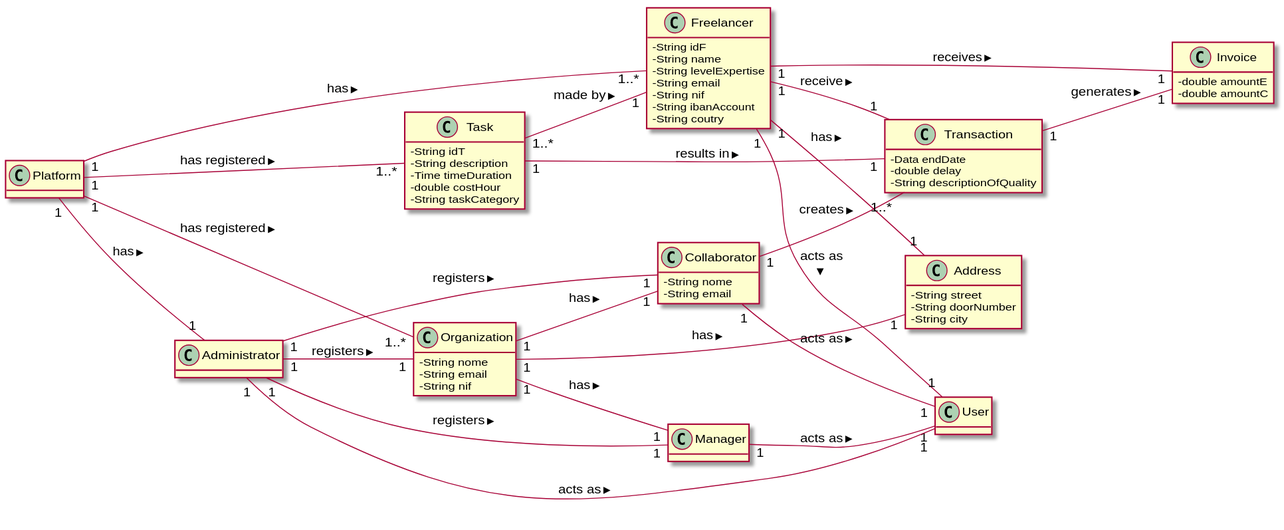
The PlantUML diagram docs/MD/LAPR2_MD.svg in 1190452/LAPR2, before a commit. Source of this version:
```plantuml
@startuml
skinparam classAttributeIconSize 0
hide methods
left to right direction

class Platform{
}
class Freelancer {
  -String idF
  -String name
  -String levelExpertise
  -String email
  -String nif
  -String ibanAccount
  -String coutry
}

class Organization {
  -String nome
  -String email
  -String nif
}

class Collaborator{
  -String nome
  -String email
}

class Task {
  -String idT
  -String description
  -Time timeDuration
  -double costHour
  -String taskCategory
}

class Manager {
}

class User {
}

class Invoice {
  -double amountE
  -double amountC
}

class Transaction {
  -Data endDate
  -double delay
  -String descriptionOfQuality
}

class Address{
  -String street
  -String doorNumber
  -String city
}

class Administrator {
}


Freelancer "1" -- "1" Transaction: receive >
Task "1" -- "1" Transaction: results in >
Task "1..*" -- "1" Freelancer: made by >
Freelancer "1" -- "1" Address: has >
Platform "1" -- "1" Administrator: has >
Platform "1" -- "1..*" Organization: has registered >
Platform "1" -- "1..*" Freelancer: has >
Organization "1" -- "1" Address: has >
Freelancer "1" -- "1" User: acts as >
Organization "1" -- "1" Manager: has >
Organization "1" -- "1" Collaborator: has >
Collaborator "1" -- "1" User: acts as >
Manager "1" -- "1" User: acts as >
Administrator "1" -- "1" Organization: registers >
Administrator "1" -- "1" User: acts as >
Transaction "1" -- "1" Invoice: generates >
Administrator "1" -- "1" Collaborator: registers >
Administrator "1" -- "1" Manager: registers >
Platform "1" -- "1..*" Task: has registered >
Collaborator "1" -- "1..*" Transaction: creates >
Freelancer "1" -- "1" Invoice: receives >
@enduml
```
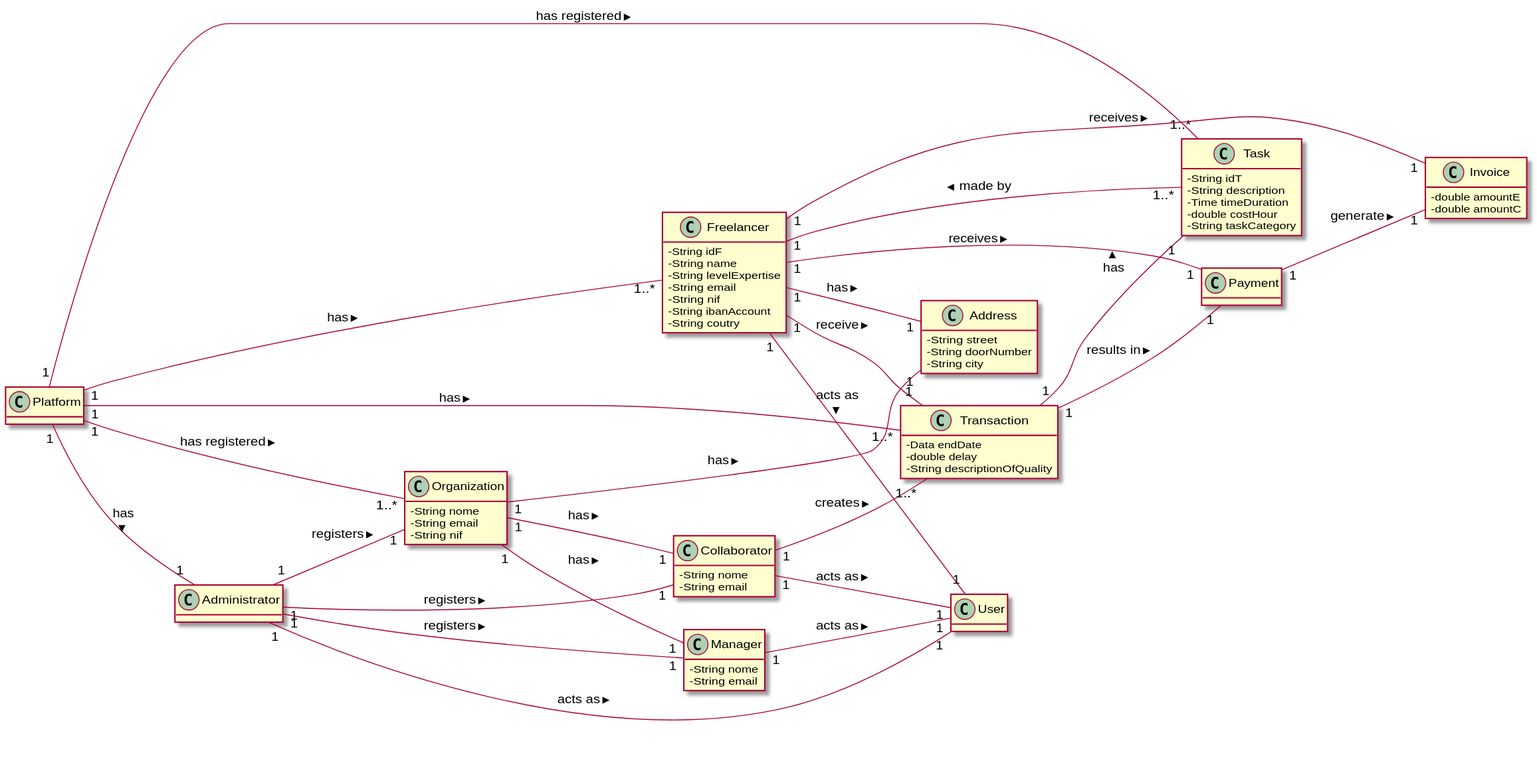
Above is the later version.

The edit, as a diff of the source:
```diff
@@ -35,6 +35,8 @@
 }
 
 class Manager {
+  -String nome
+  -String email
 }
 
 class User {
@@ -60,9 +62,12 @@
 class Administrator {
 }
 
+class Payment{
+}
+
 
 Freelancer "1" -- "1" Transaction: receive >
-Task "1" -- "1" Transaction: results in >
+Platform "1" -- "1..*" Transaction: has >
 Task "1..*" -- "1" Freelancer: made by >
 Freelancer "1" -- "1" Address: has >
 Platform "1" -- "1" Administrator: has >
@@ -76,10 +81,13 @@
 Manager "1" -- "1" User: acts as >
 Administrator "1" -- "1" Organization: registers >
 Administrator "1" -- "1" User: acts as >
-Transaction "1" -- "1" Invoice: generates >
+Transaction "1" -- "1" Payment: results in >
 Administrator "1" -- "1" Collaborator: registers >
 Administrator "1" -- "1" Manager: registers >
 Platform "1" -- "1..*" Task: has registered >
 Collaborator "1" -- "1..*" Transaction: creates >
 Freelancer "1" -- "1" Invoice: receives >
+Transaction "1" -- "1" Task: has >
+Payment "1" -- "1" Invoice: generate >
+Freelancer "1" -- "1" Payment: receives >
 @enduml
```
